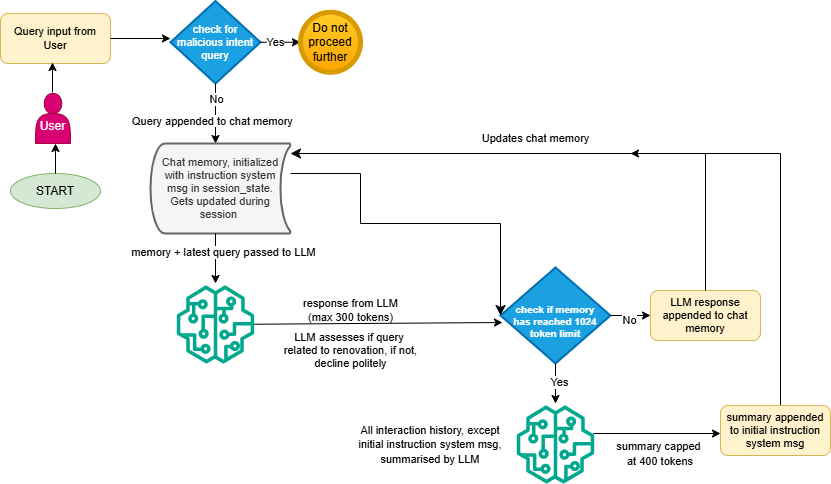
Above: pages/images/Renochat.drawio.png in chuash/AIBootCamp2024_Capstone_final (draw.io), before the change. Source tidied: cells renumbered, new cells last; positions are measured from the earlier drawing's top-left corner, leaving out a move shared by most shapes. Source of this version:
```xml
<mxGraphModel>
  <root>
    <mxCell id="0" />
    <mxCell id="1" parent="0" />
    <mxCell id="2" value="Query input from User" style="rounded=1;whiteSpace=wrap;html=1;fillColor=#fff2cc;strokeColor=#d6b656;fontSize=11;" parent="1" vertex="1">
      <mxGeometry y="12" width="110" height="50" as="geometry" />
    </mxCell>
    <mxCell id="3" value="START" style="ellipse;whiteSpace=wrap;html=1;fillColor=#d5e8d4;strokeColor=#82b366;" parent="1" vertex="1">
      <mxGeometry x="10" y="172" width="90" height="35" as="geometry" />
    </mxCell>
    <mxCell id="4" style="endArrow=classic;html=1;rounded=0;exitX=0.5;exitY=0;exitDx=0;exitDy=0;" parent="1" edge="1" source="3">
      <mxGeometry relative="1" as="geometry">
        <mxPoint x="55" y="142" as="targetPoint" />
      </mxGeometry>
    </mxCell>
    <mxCell id="5" value="&lt;div&gt;&lt;br&gt;&lt;/div&gt;&lt;div&gt;User&lt;/div&gt;" style="shape=actor;whiteSpace=wrap;html=1;fillColor=#d80073;fontColor=#ffffff;strokeColor=#A50040;" parent="1" vertex="1">
      <mxGeometry x="35" y="92" width="35" height="50" as="geometry" />
    </mxCell>
    <mxCell id="6" style="endArrow=classic;html=1;rounded=0;exitX=0.5;exitY=0;exitDx=0;exitDy=0;" parent="1" edge="1">
      <mxGeometry relative="1" as="geometry">
        <mxPoint x="52" y="91" as="sourcePoint" />
        <mxPoint x="52" y="61" as="targetPoint" />
      </mxGeometry>
    </mxCell>
    <mxCell id="7" style="endArrow=classic;html=1;rounded=0;exitX=1;exitY=0.5;exitDx=0;exitDy=0;" parent="1" edge="1" source="2">
      <mxGeometry relative="1" as="geometry">
        <mxPoint x="170" y="37" as="targetPoint" />
      </mxGeometry>
    </mxCell>
    <mxCell id="8" value="check for malicious intent query" style="strokeWidth=2;html=1;shape=mxgraph.flowchart.decision;whiteSpace=wrap;fillColor=#1ba1e2;fontColor=#ffffff;strokeColor=#006EAF;fontSize=11;" parent="1" vertex="1">
      <mxGeometry x="170" y="-0.5" width="90" height="82.5" as="geometry" />
    </mxCell>
    <mxCell id="9" style="endArrow=classic;html=1;rounded=0;exitX=1;exitY=0.5;exitDx=0;exitDy=0;exitPerimeter=0;" parent="1" edge="1" source="8" target="11">
      <mxGeometry relative="1" as="geometry" />
    </mxCell>
    <mxCell id="10" value="Yes" style="edgeLabel;html=1;align=center;verticalAlign=middle;" parent="9" vertex="1">
      <mxGeometry x="-0.3" relative="1" as="geometry" />
    </mxCell>
    <mxCell id="11" value="Do not proceed further" style="shape=ellipse;html=1;dashed=0;whiteSpace=wrap;strokeWidth=5;perimeter=ellipsePerimeter;fillColor=#ffcd28;gradientColor=#ffa500;strokeColor=#d79b00;" parent="1" vertex="1">
      <mxGeometry x="300" y="10.8" width="60" height="60" as="geometry" />
    </mxCell>
    <mxCell id="12" style="endArrow=classic;html=1;rounded=0;exitX=0.5;exitY=1;exitDx=0;exitDy=0;exitPerimeter=0;" parent="1" edge="1" source="8">
      <mxGeometry relative="1" as="geometry">
        <mxPoint x="215" y="142" as="targetPoint" />
      </mxGeometry>
    </mxCell>
    <mxCell id="13" value="No" style="edgeLabel;html=1;align=center;verticalAlign=middle;" parent="12" vertex="1">
      <mxGeometry x="-0.05" y="-1" relative="1" as="geometry">
        <mxPoint x="1" y="-14" as="offset" />
      </mxGeometry>
    </mxCell>
    <mxCell id="14" value="Chat memory, initialized with instruction&amp;nbsp;&lt;span style=&quot;background-color: initial;&quot;&gt;system&lt;/span&gt;&lt;div&gt;&lt;span style=&quot;background-color: initial;&quot;&gt;&amp;nbsp;&lt;/span&gt;&lt;span style=&quot;background-color: initial;&quot;&gt;msg in&amp;nbsp;&lt;/span&gt;&lt;span style=&quot;background-color: initial;&quot;&gt;session_state.&amp;nbsp;&lt;/span&gt;&lt;/div&gt;&lt;div&gt;&lt;span style=&quot;background-color: initial;&quot;&gt;Gets updated during session&amp;nbsp;&lt;/span&gt;&lt;/div&gt;" style="strokeWidth=2;html=1;shape=mxgraph.flowchart.stored_data;whiteSpace=wrap;fontSize=11;fillColor=#f5f5f5;fontColor=#333333;strokeColor=#666666;" parent="1" vertex="1">
      <mxGeometry x="150" y="142" width="140" height="90" as="geometry" />
    </mxCell>
    <mxCell id="15" style="endArrow=classic;html=1;rounded=0;entryX=0.5;entryY=-0.026;entryDx=0;entryDy=0;entryPerimeter=0;" parent="1" edge="1" target="16">
      <mxGeometry relative="1" as="geometry">
        <mxPoint x="215" y="232" as="sourcePoint" />
      </mxGeometry>
    </mxCell>
    <mxCell id="16" style="sketch=0;outlineConnect=0;fontColor=#232F3E;gradientColor=none;fillColor=#01A88D;strokeColor=none;dashed=0;verticalLabelPosition=bottom;verticalAlign=top;align=center;html=1;fontSize=12;fontStyle=0;shape=mxgraph.aws4.sagemaker_model;" parent="1" vertex="1">
      <mxGeometry x="176" y="284" width="78" height="78" as="geometry" />
    </mxCell>
    <mxCell id="17" value="memory + latest query passed to LLM" style="edgeLabel;html=1;align=center;verticalAlign=middle;" parent="1" vertex="1">
      <mxGeometry x="220" y="232" as="geometry">
        <mxPoint x="2" y="18" as="offset" />
      </mxGeometry>
    </mxCell>
    <mxCell id="18" value="&lt;div style=&quot;font-size: 10px;&quot;&gt;&lt;span style=&quot;background-color: initial;&quot;&gt;&lt;br&gt;&lt;/span&gt;&lt;/div&gt;&lt;div style=&quot;font-size: 10px;&quot;&gt;&lt;span style=&quot;background-color: initial;&quot;&gt;check if memory&lt;/span&gt;&lt;/div&gt;&lt;div style=&quot;font-size: 10px;&quot;&gt;&lt;font style=&quot;font-size: 10px;&quot;&gt;has reached 1024&lt;/font&gt;&lt;/div&gt;&lt;div style=&quot;font-size: 10px;&quot;&gt;&lt;font style=&quot;font-size: 10px;&quot;&gt;token limit&lt;/font&gt;&lt;/div&gt;" style="strokeWidth=2;html=1;shape=mxgraph.flowchart.decision;whiteSpace=wrap;fillColor=#1ba1e2;fontColor=#ffffff;strokeColor=#006EAF;fontSize=10;fontStyle=1;" parent="1" vertex="1">
      <mxGeometry x="500" y="266" width="110" height="96" as="geometry" />
    </mxCell>
    <mxCell id="19" style="edgeStyle=segmentEdgeStyle;endArrow=classic;html=1;curved=0;rounded=0;endSize=8;startSize=8;entryX=0;entryY=0.5;entryDx=0;entryDy=0;entryPerimeter=0;" parent="1" edge="1" source="14" target="18">
      <mxGeometry relative="1" as="geometry">
        <Array as="points">
          <mxPoint x="360" y="172" />
          <mxPoint x="360" y="222" />
          <mxPoint x="500" y="222" />
        </Array>
      </mxGeometry>
    </mxCell>
    <mxCell id="20" style="endArrow=classic;html=1;rounded=0;exitX=0.5;exitY=1;exitDx=0;exitDy=0;exitPerimeter=0;" parent="1" edge="1" source="18">
      <mxGeometry relative="1" as="geometry">
        <mxPoint x="555" y="402" as="targetPoint" />
      </mxGeometry>
    </mxCell>
    <mxCell id="21" value="Yes" style="edgeLabel;html=1;align=center;verticalAlign=middle;" parent="20" vertex="1">
      <mxGeometry x="-0.09" y="3" relative="1" as="geometry" />
    </mxCell>
    <mxCell id="22" style="endArrow=classic;html=1;rounded=0;exitX=1;exitY=0.5;exitDx=0;exitDy=0;exitPerimeter=0;entryX=0;entryY=0.5;entryDx=0;entryDy=0;" parent="1" edge="1" source="18" target="24">
      <mxGeometry relative="1" as="geometry" />
    </mxCell>
    <mxCell id="23" value="No" style="edgeLabel;html=1;align=center;verticalAlign=middle;" parent="22" vertex="1">
      <mxGeometry x="-0.08" y="-4" relative="1" as="geometry" />
    </mxCell>
    <mxCell id="24" value="LLM response appended to chat memory" style="rounded=1;whiteSpace=wrap;html=1;fillColor=#fff2cc;strokeColor=#d6b656;fontSize=11;" parent="1" vertex="1">
      <mxGeometry x="650" y="289" width="110" height="50" as="geometry" />
    </mxCell>
    <mxCell id="25" style="edgeStyle=segmentEdgeStyle;endArrow=classic;html=1;curved=0;rounded=0;endSize=8;startSize=8;entryX=1;entryY=0.111;entryDx=0;entryDy=0;entryPerimeter=0;exitX=0.5;exitY=0;exitDx=0;exitDy=0;" parent="1" edge="1" source="24" target="14">
      <mxGeometry relative="1" as="geometry">
        <Array as="points">
          <mxPoint x="705" y="289" />
          <mxPoint x="705" y="152" />
        </Array>
      </mxGeometry>
    </mxCell>
    <mxCell id="26" value="&lt;span style=&quot;color: rgb(0, 0, 0); font-family: Helvetica; font-size: 11px; font-style: normal; font-variant-ligatures: normal; font-variant-caps: normal; font-weight: 400; letter-spacing: normal; orphans: 2; text-align: center; text-indent: 0px; text-transform: none; widows: 2; word-spacing: 0px; -webkit-text-stroke-width: 0px; white-space: nowrap; background-color: rgb(255, 255, 255); text-decoration-thickness: initial; text-decoration-style: initial; text-decoration-color: initial; display: inline !important; float: none;&quot;&gt;Query appended to chat memory&lt;/span&gt;" style="text;whiteSpace=wrap;html=1;" parent="1" vertex="1">
      <mxGeometry x="130" y="106" width="220" height="40" as="geometry" />
    </mxCell>
    <mxCell id="27" style="endArrow=classic;html=1;rounded=0;entryX=0.018;entryY=0.573;entryDx=0;entryDy=0;entryPerimeter=0;" parent="1" edge="1" source="16" target="18">
      <mxGeometry relative="1" as="geometry" />
    </mxCell>
    <mxCell id="28" value="response&amp;nbsp;&lt;span style=&quot;background-color: initial;&quot;&gt;from LLM&lt;/span&gt;&lt;div&gt;&lt;span style=&quot;background-color: initial;&quot;&gt;(max 300 tokens)&lt;/span&gt;&lt;/div&gt;" style="text;html=1;align=center;verticalAlign=middle;strokeColor=none;fillColor=none;fontSize=11;" parent="1" vertex="1">
      <mxGeometry x="290" y="289" width="120" height="40" as="geometry" />
    </mxCell>
    <mxCell id="29" value="LLM assesses if query&amp;nbsp;&lt;div&gt;related to renovation, if not,&lt;/div&gt;&lt;div&gt;decline politely&lt;/div&gt;" style="text;html=1;align=center;verticalAlign=middle;strokeColor=none;fillColor=none;fontSize=11;" parent="1" vertex="1">
      <mxGeometry x="270" y="324" width="160" height="50" as="geometry" />
    </mxCell>
    <mxCell id="30" value="Updates chat memory" style="text;html=1;align=center;verticalAlign=middle;strokeColor=none;fillColor=none;fontSize=11;" parent="1" vertex="1">
      <mxGeometry x="470" y="122" width="130" height="30" as="geometry" />
    </mxCell>
    <mxCell id="31" style="sketch=0;fontColor=#232F3E;gradientColor=none;fillColor=#01A88D;strokeColor=none;dashed=0;verticalLabelPosition=bottom;verticalAlign=top;align=center;html=1;fontSize=12;fontStyle=0;shape=mxgraph.aws4.sagemaker_model;" parent="1" vertex="1">
      <mxGeometry x="516" y="404" width="78" height="78" as="geometry" />
    </mxCell>
    <mxCell id="32" value="&lt;span style=&quot;font-size: 11px;&quot;&gt;All interaction history,&amp;nbsp;&lt;/span&gt;&lt;span style=&quot;font-size: 11px; background-color: initial;&quot;&gt;except initial instruction&amp;nbsp;&lt;/span&gt;&lt;span style=&quot;font-size: 11px; background-color: initial;&quot;&gt;system msg, summarised&amp;nbsp;&lt;/span&gt;&lt;span style=&quot;font-size: 11px; background-color: initial;&quot;&gt;by LLM&lt;/span&gt;" style="text;html=1;align=center;verticalAlign=middle;whiteSpace=wrap;rounded=0;" parent="1" vertex="1">
      <mxGeometry x="350" y="413" width="160" height="60" as="geometry" />
    </mxCell>
    <mxCell id="33" style="endArrow=classic;html=1;rounded=0;" parent="1" edge="1">
      <mxGeometry relative="1" as="geometry">
        <mxPoint x="593" y="432" as="sourcePoint" />
        <mxPoint x="720" y="432" as="targetPoint" />
      </mxGeometry>
    </mxCell>
    <mxCell id="34" style="edgeStyle=orthogonalEdgeStyle;rounded=0;orthogonalLoop=1;jettySize=auto;html=1;" parent="1" edge="1">
      <mxGeometry relative="1" as="geometry">
        <mxPoint x="780" y="403.5" as="sourcePoint" />
        <mxPoint x="630" y="152" as="targetPoint" />
        <Array as="points">
          <mxPoint x="780" y="152" />
        </Array>
      </mxGeometry>
    </mxCell>
    <mxCell id="35" value="&lt;span style=&quot;font-size: 11px;&quot;&gt;summary capped&amp;nbsp;&lt;/span&gt;&lt;div&gt;&lt;span style=&quot;font-size: 11px;&quot;&gt;at 400 tokens&lt;/span&gt;&lt;/div&gt;" style="text;html=1;align=center;verticalAlign=middle;whiteSpace=wrap;rounded=0;" parent="1" vertex="1">
      <mxGeometry x="580" y="422" width="160" height="60" as="geometry" />
    </mxCell>
    <mxCell id="36" value="summary appended to initial instruction system msg" style="rounded=1;whiteSpace=wrap;html=1;fillColor=#fff2cc;strokeColor=#d6b656;fontSize=11;" parent="1" vertex="1">
      <mxGeometry x="720" y="404" width="110" height="50" as="geometry" />
    </mxCell>
  </root>
</mxGraphModel>
```
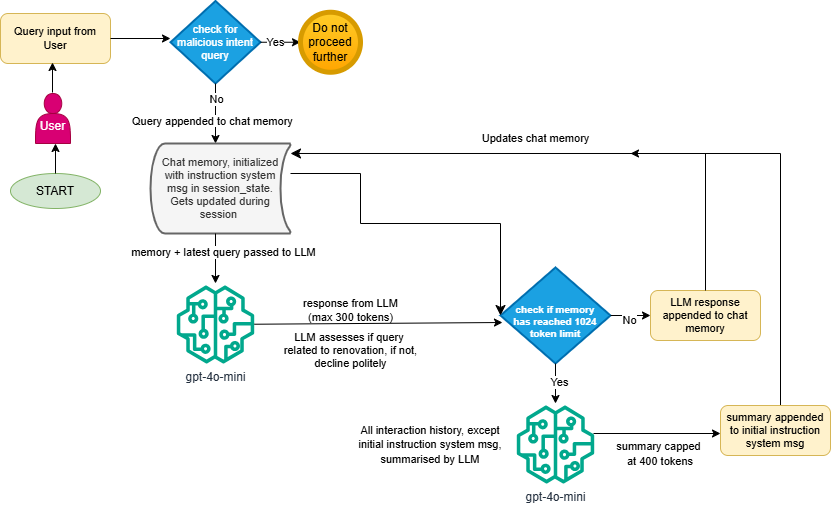
After the change.

Diff of the diagram source:
```diff
@@ -57,7 +57,7 @@
         <mxPoint x="215" y="232" as="sourcePoint" />
       </mxGeometry>
     </mxCell>
-    <mxCell id="16" style="sketch=0;outlineConnect=0;fontColor=#232F3E;gradientColor=none;fillColor=#01A88D;strokeColor=none;dashed=0;verticalLabelPosition=bottom;verticalAlign=top;align=center;html=1;fontSize=12;fontStyle=0;shape=mxgraph.aws4.sagemaker_model;" parent="1" vertex="1">
+    <mxCell id="16" value="gpt-4o-mini" style="sketch=0;outlineConnect=0;fontColor=#232F3E;gradientColor=none;fillColor=#01A88D;strokeColor=none;dashed=0;verticalLabelPosition=bottom;verticalAlign=top;align=center;html=1;fontSize=12;fontStyle=0;shape=mxgraph.aws4.sagemaker_model;" parent="1" vertex="1">
       <mxGeometry x="176" y="284" width="78" height="78" as="geometry" />
     </mxCell>
     <mxCell id="17" value="memory + latest query passed to LLM" style="edgeLabel;html=1;align=center;verticalAlign=middle;" parent="1" vertex="1">
@@ -117,7 +117,7 @@
     <mxCell id="30" value="Updates chat memory" style="text;html=1;align=center;verticalAlign=middle;strokeColor=none;fillColor=none;fontSize=11;" parent="1" vertex="1">
       <mxGeometry x="470" y="122" width="130" height="30" as="geometry" />
     </mxCell>
-    <mxCell id="31" style="sketch=0;fontColor=#232F3E;gradientColor=none;fillColor=#01A88D;strokeColor=none;dashed=0;verticalLabelPosition=bottom;verticalAlign=top;align=center;html=1;fontSize=12;fontStyle=0;shape=mxgraph.aws4.sagemaker_model;" parent="1" vertex="1">
+    <mxCell id="31" value="gpt-4o-mini" style="sketch=0;fontColor=#232F3E;gradientColor=none;fillColor=#01A88D;strokeColor=none;dashed=0;verticalLabelPosition=bottom;verticalAlign=top;align=center;html=1;fontSize=12;fontStyle=0;shape=mxgraph.aws4.sagemaker_model;" parent="1" vertex="1">
       <mxGeometry x="516" y="404" width="78" height="78" as="geometry" />
     </mxCell>
     <mxCell id="32" value="&lt;span style=&quot;font-size: 11px;&quot;&gt;All interaction history,&amp;nbsp;&lt;/span&gt;&lt;span style=&quot;font-size: 11px; background-color: initial;&quot;&gt;except initial instruction&amp;nbsp;&lt;/span&gt;&lt;span style=&quot;font-size: 11px; background-color: initial;&quot;&gt;system msg, summarised&amp;nbsp;&lt;/span&gt;&lt;span style=&quot;font-size: 11px; background-color: initial;&quot;&gt;by LLM&lt;/span&gt;" style="text;html=1;align=center;verticalAlign=middle;whiteSpace=wrap;rounded=0;" parent="1" vertex="1">
```
